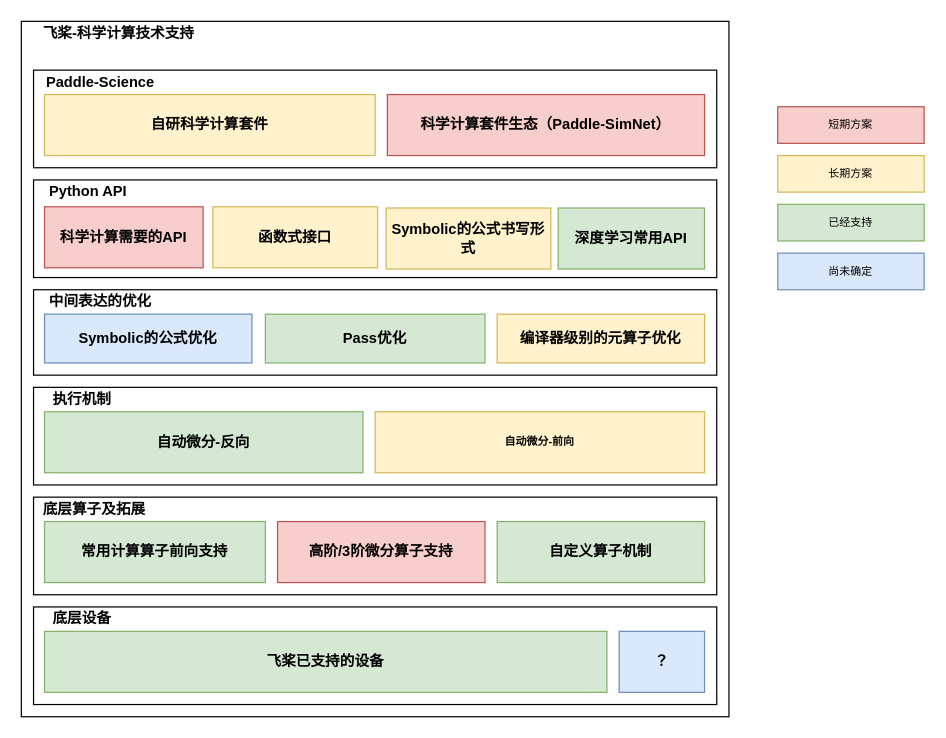
JiabinYang/Doc keeps this draw.io diagram as Paddle-Science.drawio. Above is the earlier version. Source tidied: cells renumbered, new cells numbered last; positions are measured from the earlier drawing's top-left corner, leaving out a move shared by most shapes. Both pictures are drawn from the tidied source at 122%, with x=0, y=0 at pixel (21, 21).
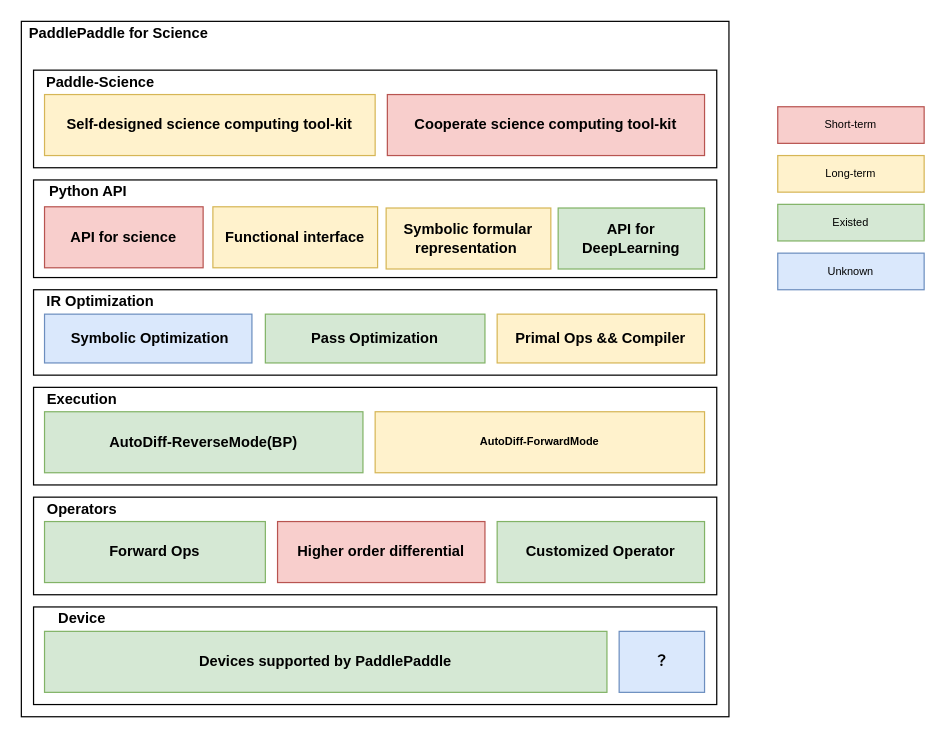
The same diagram, later.

The change refers to these unchanged cells:
```xml
<mxCell id="11" style="group;fontStyle=1;fontSize=12;" parent="1" vertex="1">
  <mxGeometry x="10" y="300" width="560" height="80" as="geometry" />
</mxCell>
<mxCell id="19" style="group;fontStyle=1;fontSize=12;" parent="1" vertex="1">
  <mxGeometry x="10" y="390" width="560" height="80" as="geometry" />
</mxCell>
<mxCell id="25" style="group;fontStyle=1;fontSize=12;" parent="1" vertex="1">
  <mxGeometry x="10" y="480" width="560" height="80" as="geometry" />
</mxCell>
```

The edit, as a diff of the source:
```diff
@@
-    <mxCell id="5" value="科学计算需要的API" style="rounded=0;whiteSpace=wrap;html=1;fontStyle=1;fontSize=12;fillColor=#f8cecc;strokeColor=#b85450;" parent="1" vertex="1">
+    <mxCell id="5" value="API for science" style="rounded=0;whiteSpace=wrap;html=1;fontStyle=1;fontSize=12;fillColor=#f8cecc;strokeColor=#b85450;" parent="1" vertex="1">
       <mxGeometry x="19" y="152" width="130" height="50" as="geometry" />
     </mxCell>
-    <mxCell id="6" value="函数式接口" style="rounded=0;whiteSpace=wrap;html=1;fontStyle=1;fontSize=12;fillColor=#fff2cc;strokeColor=#d6b656;" parent="1" vertex="1">
+    <mxCell id="6" value="Functional interface" style="rounded=0;whiteSpace=wrap;html=1;fontStyle=1;fontSize=12;fillColor=#fff2cc;strokeColor=#d6b656;" parent="1" vertex="1">
       <mxGeometry x="157" y="152" width="135" height="50" as="geometry" />
     </mxCell>
-    <mxCell id="7" value="Symbolic的公式书写形式" style="rounded=0;whiteSpace=wrap;html=1;fontStyle=1;fontSize=12;fillColor=#fff2cc;strokeColor=#d6b656;" parent="1" vertex="1">
+    <mxCell id="7" value="Symbolic formular representation&amp;nbsp;" style="rounded=0;whiteSpace=wrap;html=1;fontStyle=1;fontSize=12;fillColor=#fff2cc;strokeColor=#d6b656;" parent="1" vertex="1">
       <mxGeometry x="299" y="153" width="135" height="50" as="geometry" />
     </mxCell>
@@
-    <mxCell id="9" value="深度学习常用API" style="rounded=0;whiteSpace=wrap;html=1;fontStyle=1;fontSize=12;fillColor=#d5e8d4;strokeColor=#82b366;" parent="1" vertex="1">
+    <mxCell id="9" value="API for DeepLearning" style="rounded=0;whiteSpace=wrap;html=1;fontStyle=1;fontSize=12;fillColor=#d5e8d4;strokeColor=#82b366;" parent="1" vertex="1">
       <mxGeometry x="440" y="153" width="120" height="50" as="geometry" />
     </mxCell>
-    <mxCell id="10" value="Symbolic的公式优化" style="rounded=0;whiteSpace=wrap;html=1;fontStyle=1;fontSize=12;fillColor=#dae8fc;strokeColor=#6c8ebf;" parent="1" vertex="1">
+    <mxCell id="10" value="&amp;nbsp;Symbolic Optimization" style="rounded=0;whiteSpace=wrap;html=1;fontStyle=1;fontSize=12;fillColor=#dae8fc;strokeColor=#6c8ebf;" parent="1" vertex="1">
       <mxGeometry x="19" y="240" width="170" height="40" as="geometry" />
     </mxCell>
@@
-    <mxCell id="13" value="执行机制" style="text;html=1;strokeColor=none;fillColor=none;align=center;verticalAlign=middle;whiteSpace=wrap;rounded=0;fontStyle=1;fontSize=12;" parent="11" vertex="1">
+    <mxCell id="13" value="Execution" style="text;html=1;strokeColor=none;fillColor=none;align=center;verticalAlign=middle;whiteSpace=wrap;rounded=0;fontStyle=1;fontSize=12;" parent="11" vertex="1">
       <mxGeometry width="80" height="20" as="geometry" />
     </mxCell>
-    <mxCell id="14" value="自动微分-反向" style="rounded=0;whiteSpace=wrap;html=1;fontStyle=1;fontSize=12;fillColor=#d5e8d4;strokeColor=#82b366;" parent="11" vertex="1">
+    <mxCell id="14" value="AutoDiff-ReverseMode(BP)" style="rounded=0;whiteSpace=wrap;html=1;fontStyle=1;fontSize=12;fillColor=#d5e8d4;strokeColor=#82b366;" parent="11" vertex="1">
       <mxGeometry x="9" y="20" width="261" height="50" as="geometry" />
     </mxCell>
-    <mxCell id="15" value="自动微分-前向" style="rounded=0;whiteSpace=wrap;html=1;fontStyle=1;fontSize=9;fillColor=#fff2cc;strokeColor=#d6b656;" parent="11" vertex="1">
+    <mxCell id="15" value="AutoDiff-ForwardMode" style="rounded=0;whiteSpace=wrap;html=1;fontStyle=1;fontSize=9;fillColor=#fff2cc;strokeColor=#d6b656;" parent="11" vertex="1">
       <mxGeometry x="280" y="20" width="270" height="50" as="geometry" />
     </mxCell>
-    <mxCell id="16" value="中间表达的优化" style="text;html=1;strokeColor=none;fillColor=none;align=center;verticalAlign=middle;whiteSpace=wrap;rounded=0;fontStyle=1;fontSize=12;" parent="1" vertex="1">
+    <mxCell id="16" value="IR Optimization" style="text;html=1;strokeColor=none;fillColor=none;align=center;verticalAlign=middle;whiteSpace=wrap;rounded=0;fontStyle=1;fontSize=12;" parent="1" vertex="1">
       <mxGeometry x="10" y="220" width="110" height="20" as="geometry" />
     </mxCell>
-    <mxCell id="17" value="Pass优化" style="rounded=0;whiteSpace=wrap;html=1;fontStyle=1;fontSize=12;fillColor=#d5e8d4;strokeColor=#82b366;" parent="1" vertex="1">
+    <mxCell id="17" value="Pass Optimization" style="rounded=0;whiteSpace=wrap;html=1;fontStyle=1;fontSize=12;fillColor=#d5e8d4;strokeColor=#82b366;" parent="1" vertex="1">
       <mxGeometry x="200" y="240" width="180" height="40" as="geometry" />
     </mxCell>
-    <mxCell id="18" value="编译器级别的元算子优化" style="rounded=0;whiteSpace=wrap;html=1;fontStyle=1;fontSize=12;fillColor=#fff2cc;strokeColor=#d6b656;" parent="1" vertex="1">
+    <mxCell id="18" value="Primal Ops &amp;amp;&amp;amp; Compiler" style="rounded=0;whiteSpace=wrap;html=1;fontStyle=1;fontSize=12;fillColor=#fff2cc;strokeColor=#d6b656;" parent="1" vertex="1">
       <mxGeometry x="390" y="240" width="170" height="40" as="geometry" />
     </mxCell>
@@
-    <mxCell id="21" value="底层算子及拓展" style="text;html=1;strokeColor=none;fillColor=none;align=center;verticalAlign=middle;whiteSpace=wrap;rounded=0;fontStyle=1;fontSize=12;" parent="19" vertex="1">
-      <mxGeometry width="100" height="20" as="geometry" />
+    <mxCell id="21" value="Operators" style="text;html=1;strokeColor=none;fillColor=none;align=center;verticalAlign=middle;whiteSpace=wrap;rounded=0;fontStyle=1;fontSize=12;" parent="19" vertex="1">
+      <mxGeometry x="-10" width="100" height="20" as="geometry" />
     </mxCell>
-    <mxCell id="22" value="常用计算算子前向支持" style="rounded=0;whiteSpace=wrap;html=1;fontStyle=1;fontSize=12;fillColor=#d5e8d4;strokeColor=#82b366;" parent="19" vertex="1">
+    <mxCell id="22" value="Forward Ops" style="rounded=0;whiteSpace=wrap;html=1;fontStyle=1;fontSize=12;fillColor=#d5e8d4;strokeColor=#82b366;" parent="19" vertex="1">
       <mxGeometry x="9" y="20" width="181" height="50" as="geometry" />
     </mxCell>
-    <mxCell id="23" value="高阶/3阶微分算子支持" style="rounded=0;whiteSpace=wrap;html=1;fontStyle=1;fontSize=12;fillColor=#f8cecc;strokeColor=#b85450;" parent="19" vertex="1">
+    <mxCell id="23" value="Higher order differential" style="rounded=0;whiteSpace=wrap;html=1;fontStyle=1;fontSize=12;fillColor=#f8cecc;strokeColor=#b85450;" parent="19" vertex="1">
       <mxGeometry x="200" y="20" width="170" height="50" as="geometry" />
     </mxCell>
-    <mxCell id="24" value="自定义算子机制" style="rounded=0;whiteSpace=wrap;html=1;fontStyle=1;fontSize=12;fillColor=#d5e8d4;strokeColor=#82b366;" parent="19" vertex="1">
+    <mxCell id="24" value="Customized Operator" style="rounded=0;whiteSpace=wrap;html=1;fontStyle=1;fontSize=12;fillColor=#d5e8d4;strokeColor=#82b366;" parent="19" vertex="1">
       <mxGeometry x="380" y="20" width="170" height="50" as="geometry" />
     </mxCell>
@@
-    <mxCell id="27" value="底层设备" style="text;html=1;strokeColor=none;fillColor=none;align=center;verticalAlign=middle;whiteSpace=wrap;rounded=0;fontStyle=1;fontSize=12;" parent="25" vertex="1">
+    <mxCell id="27" value="Device" style="text;html=1;strokeColor=none;fillColor=none;align=center;verticalAlign=middle;whiteSpace=wrap;rounded=0;fontStyle=1;fontSize=12;" parent="25" vertex="1">
       <mxGeometry width="80" height="20" as="geometry" />
     </mxCell>
-    <mxCell id="28" value="飞桨已支持的设备" style="rounded=0;whiteSpace=wrap;html=1;fontStyle=1;fontSize=12;fillColor=#d5e8d4;strokeColor=#82b366;" parent="25" vertex="1">
+    <mxCell id="28" value="Devices supported by PaddlePaddle" style="rounded=0;whiteSpace=wrap;html=1;fontStyle=1;fontSize=12;fillColor=#d5e8d4;strokeColor=#82b366;" parent="25" vertex="1">
       <mxGeometry x="9" y="20" width="461" height="50" as="geometry" />
     </mxCell>
@@
-    <mxCell id="32" value="自研科学计算套件" style="rounded=0;whiteSpace=wrap;html=1;fontStyle=1;fontSize=12;fillColor=#fff2cc;strokeColor=#d6b656;" parent="1" vertex="1">
+    <mxCell id="32" value="Self-designed science computing tool-kit" style="rounded=0;whiteSpace=wrap;html=1;fontStyle=1;fontSize=12;fillColor=#fff2cc;strokeColor=#d6b656;" parent="1" vertex="1">
       <mxGeometry x="19" y="60" width="271" height="50" as="geometry" />
     </mxCell>
-    <mxCell id="33" value="科学计算套件生态（Paddle-SimNet）" style="rounded=0;whiteSpace=wrap;html=1;fontStyle=1;fontSize=12;fillColor=#f8cecc;strokeColor=#b85450;" parent="1" vertex="1">
+    <mxCell id="33" value="Cooperate science computing tool-kit" style="rounded=0;whiteSpace=wrap;html=1;fontStyle=1;fontSize=12;fillColor=#f8cecc;strokeColor=#b85450;" parent="1" vertex="1">
       <mxGeometry x="300" y="60" width="260" height="50" as="geometry" />
     </mxCell>
-    <mxCell id="34" value="飞桨-科学计算技术支持" style="text;html=1;strokeColor=none;fillColor=none;align=center;verticalAlign=middle;whiteSpace=wrap;rounded=0;fontStyle=1;fontSize=12;" parent="1" vertex="1">
+    <mxCell id="34" value="PaddlePaddle for Science" style="text;html=1;strokeColor=none;fillColor=none;align=center;verticalAlign=middle;whiteSpace=wrap;rounded=0;fontStyle=1;fontSize=12;" parent="1" vertex="1">
       <mxGeometry width="160" height="20" as="geometry" />
     </mxCell>
-    <mxCell id="35" value="短期方案" style="rounded=0;whiteSpace=wrap;html=1;fontSize=9;fillColor=#f8cecc;strokeColor=#b85450;" parent="1" vertex="1">
+    <mxCell id="35" value="Short-term" style="rounded=0;whiteSpace=wrap;html=1;fontSize=9;fillColor=#f8cecc;strokeColor=#b85450;" parent="1" vertex="1">
       <mxGeometry x="620" y="70" width="120" height="30" as="geometry" />
     </mxCell>
-    <mxCell id="36" value="长期方案" style="rounded=0;whiteSpace=wrap;html=1;fontSize=9;fillColor=#fff2cc;strokeColor=#d6b656;" parent="1" vertex="1">
+    <mxCell id="36" value="Long-term" style="rounded=0;whiteSpace=wrap;html=1;fontSize=9;fillColor=#fff2cc;strokeColor=#d6b656;" parent="1" vertex="1">
       <mxGeometry x="620" y="110" width="120" height="30" as="geometry" />
     </mxCell>
-    <mxCell id="37" value="已经支持" style="rounded=0;whiteSpace=wrap;html=1;fontSize=9;fillColor=#d5e8d4;strokeColor=#82b366;" parent="1" vertex="1">
+    <mxCell id="37" value="Existed" style="rounded=0;whiteSpace=wrap;html=1;fontSize=9;fillColor=#d5e8d4;strokeColor=#82b366;" parent="1" vertex="1">
       <mxGeometry x="620" y="150" width="120" height="30" as="geometry" />
     </mxCell>
-    <mxCell id="38" value="尚未确定" style="rounded=0;whiteSpace=wrap;html=1;fontSize=9;fillColor=#dae8fc;strokeColor=#6c8ebf;" parent="1" vertex="1">
+    <mxCell id="38" value="Unknown" style="rounded=0;whiteSpace=wrap;html=1;fontSize=9;fillColor=#dae8fc;strokeColor=#6c8ebf;" parent="1" vertex="1">
       <mxGeometry x="620" y="190" width="120" height="30" as="geometry" />
     </mxCell>
```
